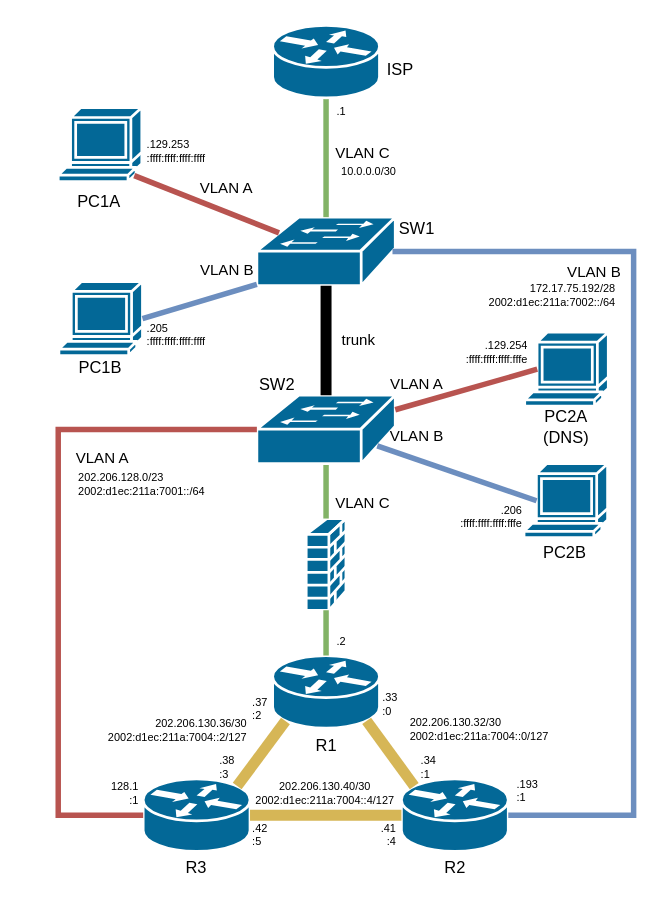
Earlier version of the draw.io diagram topologie_s_adresami.drawio (phatt-23/web). Source tidied: cells renumbered, new cells numbered last; positions are measured from the earlier drawing's top-left corner, leaving out a move shared by most shapes. Both pictures are drawn from the tidied source at 137%, with x=0, y=0 at pixel (23, 25).
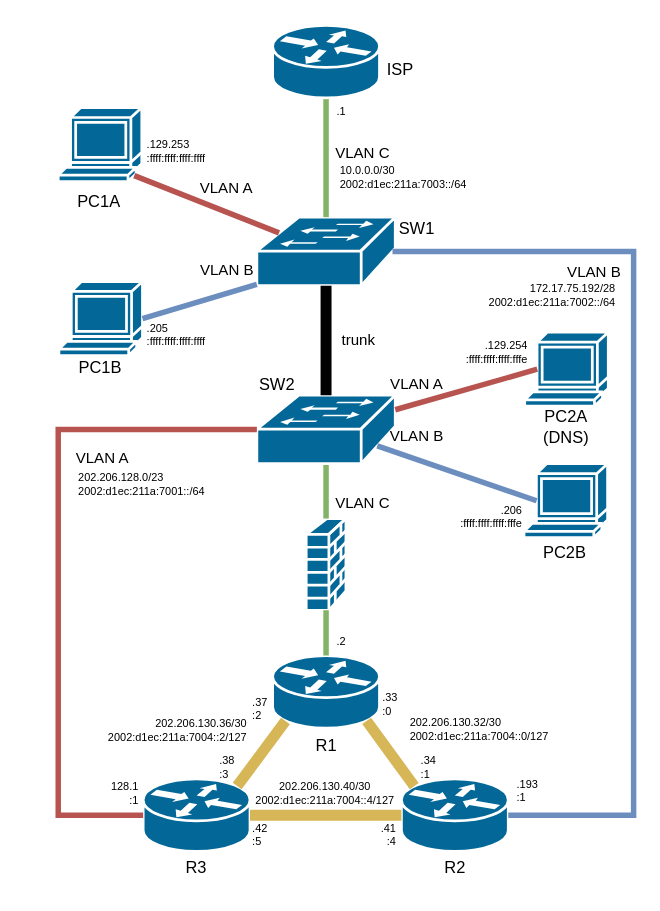
After the change.

Change to the diagram source:
```diff
@@
-    <mxCell id="61" value="&lt;div style=&quot;font-size: 11px;&quot;&gt;&lt;font style=&quot;font-size: 8px;&quot;&gt;10.0.0.0/30&lt;/font&gt;&lt;/div&gt;" style="text;html=1;align=center;verticalAlign=middle;whiteSpace=wrap;rounded=0;fontFamily=Iosevka NF;" parent="1" vertex="1">
-      <mxGeometry x="222" y="91" width="60" height="30" as="geometry" />
+    <mxCell id="61" value="&lt;div align=&quot;left&quot; style=&quot;font-size: 8px;&quot;&gt;&lt;font style=&quot;font-size: 8px;&quot;&gt;10.0.0.0/30&lt;/font&gt;&lt;/div&gt;&lt;div align=&quot;left&quot; style=&quot;font-size: 8px;&quot;&gt;&lt;font style=&quot;font-size: 8px;&quot;&gt;2002:d1ec:211a:7003::/64&lt;/font&gt;&lt;/div&gt;" style="text;html=1;align=left;verticalAlign=middle;whiteSpace=wrap;rounded=0;fontFamily=Iosevka NF;" parent="1" vertex="1">
+      <mxGeometry x="229" y="96" width="156" height="30" as="geometry" />
     </mxCell>
```
